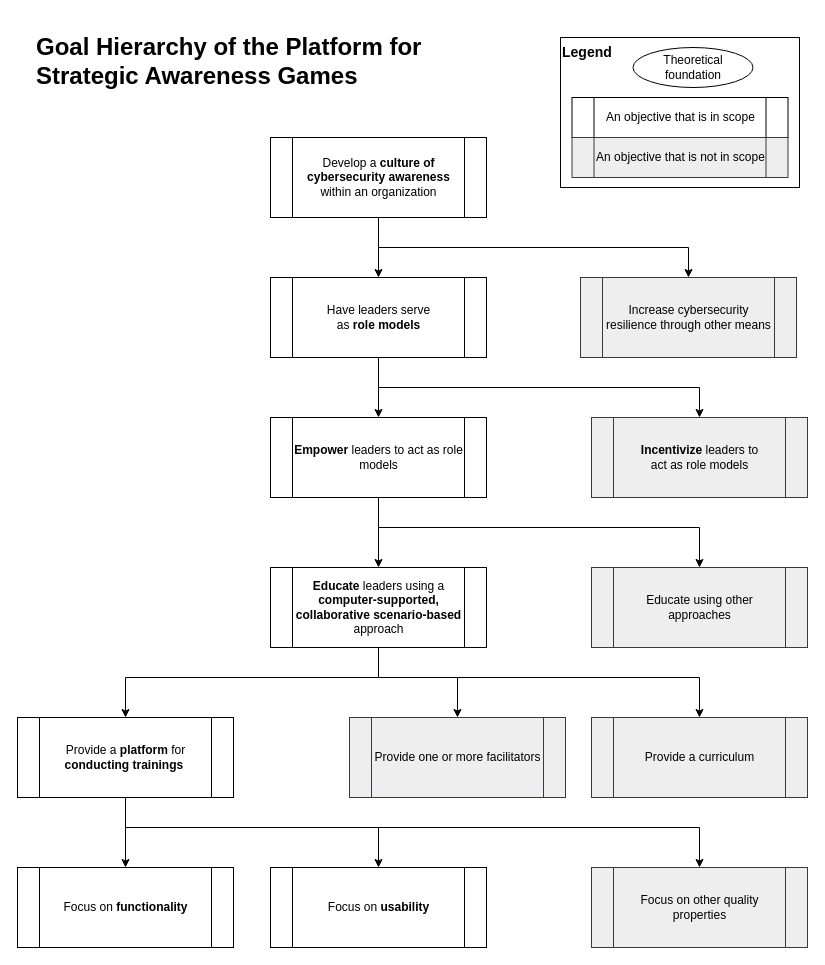
Before: artefacts/project-level/diagrams/editable_files/Goal hierarchy EEP.drawio in Elias-Ladenburger/CSEP, a draw.io diagram. Source tidied: cells renumbered, new cells numbered last; positions are measured from the earlier drawing's top-left corner, leaving out a move shared by most shapes. Both pictures are drawn from the tidied source at 100%, with x=0, y=0 at pixel (17, 27).
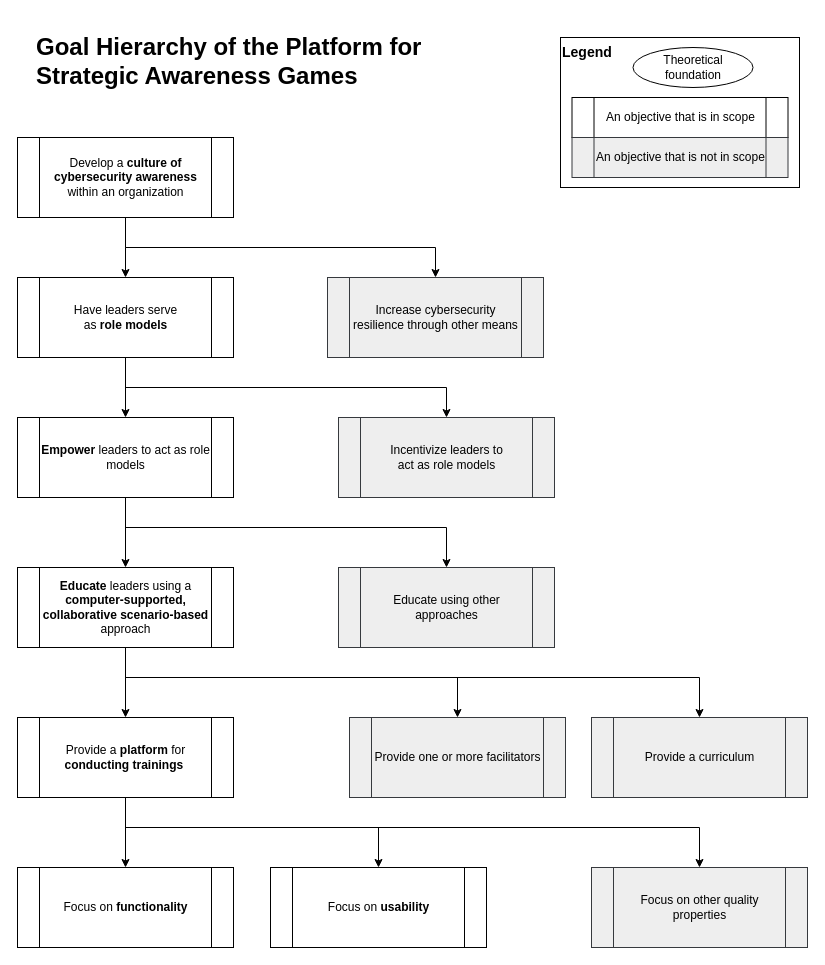
The same page after the edit.

Commit message:
Refactor goal hierarchy

Unchanged cells that the change refers to:
```xml
<mxCell id="20" value="Provide a &lt;b&gt;platform &lt;/b&gt;for &lt;b&gt;conducting trainings&amp;nbsp;&lt;/b&gt;" style="shape=process;whiteSpace=wrap;html=1;backgroundOutline=1;" parent="1" vertex="1">
  <mxGeometry y="690" width="216" height="80" as="geometry" />
</mxCell>
<mxCell id="22" value="Provide a curriculum" style="shape=process;whiteSpace=wrap;html=1;backgroundOutline=1;fillColor=#eeeeee;strokeColor=#36393d;" parent="1" vertex="1">
  <mxGeometry x="574" y="690" width="216" height="80" as="geometry" />
</mxCell>
<mxCell id="23" value="Provide one or more facilitators" style="shape=process;whiteSpace=wrap;html=1;backgroundOutline=1;fillColor=#eeeeee;strokeColor=#36393d;" parent="1" vertex="1">
  <mxGeometry x="332" y="690" width="216" height="80" as="geometry" />
</mxCell>
```

What changed in the source:
```diff
@@
     <mxCell id="2" style="edgeStyle=orthogonalEdgeStyle;rounded=0;jettySize=auto;html=1;entryX=0.5;entryY=0;entryDx=0;entryDy=0;" parent="1" edge="1" source="4" target="8">
       <mxGeometry relative="1" as="geometry">
         <Array as="points">
-          <mxPoint x="361" y="220" />
-          <mxPoint x="671" y="220" />
+          <mxPoint x="108" y="220" />
+          <mxPoint x="418" y="220" />
         </Array>
       </mxGeometry>
     </mxCell>
     <mxCell id="3" style="edgeStyle=orthogonalEdgeStyle;rounded=0;jettySize=auto;html=1;entryX=0.5;entryY=0;entryDx=0;entryDy=0;" parent="1" edge="1" source="4" target="7">
-      <mxGeometry relative="1" as="geometry" />
+      <mxGeometry relative="1" as="geometry">
+        <Array as="points">
+          <mxPoint x="108" y="220" />
+          <mxPoint x="108" y="220" />
+        </Array>
+      </mxGeometry>
     </mxCell>
     <mxCell id="4" value="Develop a &lt;b&gt;culture of cybersecurity awareness&lt;/b&gt; within an organization" style="shape=process;whiteSpace=wrap;html=1;backgroundOutline=1;" parent="1" vertex="1">
-      <mxGeometry x="253" y="110" width="216" height="80" as="geometry" />
+      <mxGeometry y="110" width="216" height="80" as="geometry" />
     </mxCell>
@@
     <mxCell id="6" style="edgeStyle=orthogonalEdgeStyle;rounded=0;jettySize=auto;html=1;entryX=0.5;entryY=0;entryDx=0;entryDy=0;" parent="1" edge="1" source="7" target="12">
       <mxGeometry relative="1" as="geometry">
         <Array as="points">
-          <mxPoint x="361" y="360" />
-          <mxPoint x="682" y="360" />
+          <mxPoint x="108" y="360" />
+          <mxPoint x="429" y="360" />
         </Array>
       </mxGeometry>
     </mxCell>
     <mxCell id="7" value="Have leaders serve &lt;br&gt;as &lt;b&gt;role models&lt;/b&gt;" style="shape=process;whiteSpace=wrap;html=1;backgroundOutline=1;" parent="1" vertex="1">
-      <mxGeometry x="253" y="250" width="216" height="80" as="geometry" />
+      <mxGeometry y="250" width="216" height="80" as="geometry" />
     </mxCell>
     <mxCell id="8" value="Increase cybersecurity resilience through other means" style="shape=process;whiteSpace=wrap;html=1;backgroundOutline=1;fillColor=#eeeeee;strokeColor=#36393d;" parent="1" vertex="1">
-      <mxGeometry x="563" y="250" width="216" height="80" as="geometry" />
+      <mxGeometry x="310" y="250" width="216" height="80" as="geometry" />
     </mxCell>
@@
     <mxCell id="10" style="edgeStyle=orthogonalEdgeStyle;rounded=0;jettySize=auto;html=1;entryX=0.5;entryY=0;entryDx=0;entryDy=0;" parent="1" edge="1" source="11" target="21">
       <mxGeometry relative="1" as="geometry">
         <Array as="points">
-          <mxPoint x="361" y="500" />
-          <mxPoint x="682" y="500" />
+          <mxPoint x="108" y="500" />
+          <mxPoint x="429" y="500" />
         </Array>
       </mxGeometry>
     </mxCell>
     <mxCell id="11" value="&lt;b&gt;Empower&lt;/b&gt; leaders to act as role models" style="shape=process;whiteSpace=wrap;html=1;backgroundOutline=1;" parent="1" vertex="1">
-      <mxGeometry x="253" y="390" width="216" height="80" as="geometry" />
+      <mxGeometry y="390" width="216" height="80" as="geometry" />
     </mxCell>
-    <mxCell id="12" value="&lt;b&gt;Incentivize &lt;/b&gt;leaders&lt;b&gt; &lt;/b&gt;to &lt;br&gt;act as role models " style="shape=process;whiteSpace=wrap;html=1;backgroundOutline=1;fillColor=#eeeeee;strokeColor=#36393d;" parent="1" vertex="1">
-      <mxGeometry x="574" y="390" width="216" height="80" as="geometry" />
+    <mxCell id="12" value="Incentivize leaders&lt;b&gt; &lt;/b&gt;to &lt;br&gt;act as role models " style="shape=process;whiteSpace=wrap;html=1;backgroundOutline=1;fillColor=#eeeeee;strokeColor=#36393d;" parent="1" vertex="1">
+      <mxGeometry x="321" y="390" width="216" height="80" as="geometry" />
     </mxCell>
     <mxCell id="13" style="edgeStyle=orthogonalEdgeStyle;rounded=0;jettySize=auto;html=1;" parent="1" edge="1" source="16" target="20">
       <mxGeometry relative="1" as="geometry">
         <Array as="points">
-          <mxPoint x="361" y="650" />
+          <mxPoint x="108" y="650" />
           <mxPoint x="108" y="650" />
         </Array>
       </mxGeometry>
     </mxCell>
     <mxCell id="14" style="edgeStyle=orthogonalEdgeStyle;rounded=0;jettySize=auto;html=1;entryX=0.5;entryY=0;entryDx=0;entryDy=0;" parent="1" edge="1" source="16" target="22">
       <mxGeometry relative="1" as="geometry">
         <Array as="points">
-          <mxPoint x="361" y="650" />
+          <mxPoint x="108" y="650" />
           <mxPoint x="682" y="650" />
         </Array>
       </mxGeometry>
     </mxCell>
     <mxCell id="15" style="edgeStyle=orthogonalEdgeStyle;rounded=0;jettySize=auto;html=1;entryX=0.5;entryY=0;entryDx=0;entryDy=0;" parent="1" edge="1" source="16" target="23">
       <mxGeometry relative="1" as="geometry">
         <Array as="points">
-          <mxPoint x="361" y="650" />
+          <mxPoint x="108" y="650" />
           <mxPoint x="440" y="650" />
         </Array>
       </mxGeometry>
     </mxCell>
     <mxCell id="16" value="&lt;b&gt;Educate &lt;/b&gt;leaders using a &lt;b&gt;computer-supported, collaborative scenario-based &lt;/b&gt;approach" style="shape=process;whiteSpace=wrap;html=1;backgroundOutline=1;" parent="1" vertex="1">
-      <mxGeometry x="253" y="540" width="216" height="80" as="geometry" />
+      <mxGeometry y="540" width="216" height="80" as="geometry" />
     </mxCell>
@@
     <mxCell id="21" value="Educate using other approaches" style="shape=process;whiteSpace=wrap;html=1;backgroundOutline=1;fillColor=#eeeeee;strokeColor=#36393d;" parent="1" vertex="1">
-      <mxGeometry x="574" y="540" width="216" height="80" as="geometry" />
+      <mxGeometry x="321" y="540" width="216" height="80" as="geometry" />
     </mxCell>
```
